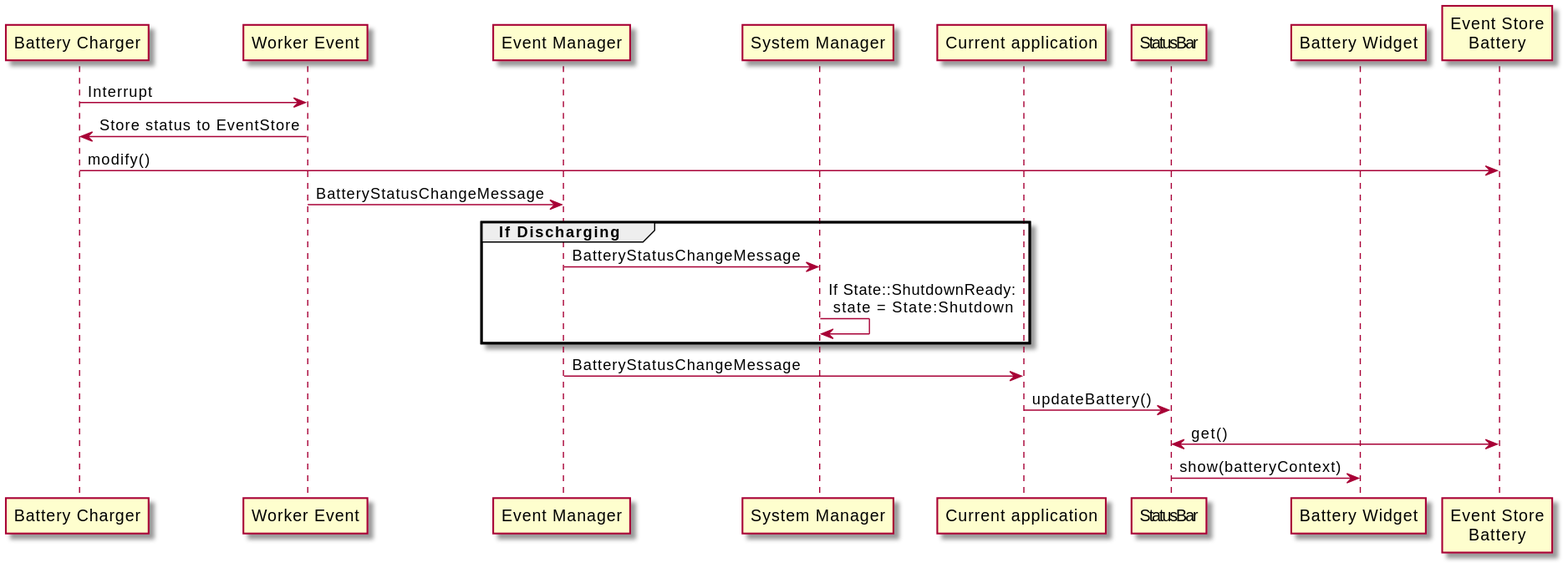
The PlantUML diagram module-services/service-evtmgr/doc/battery_status_notification.svg in mudita/MuditaOS, before a commit.
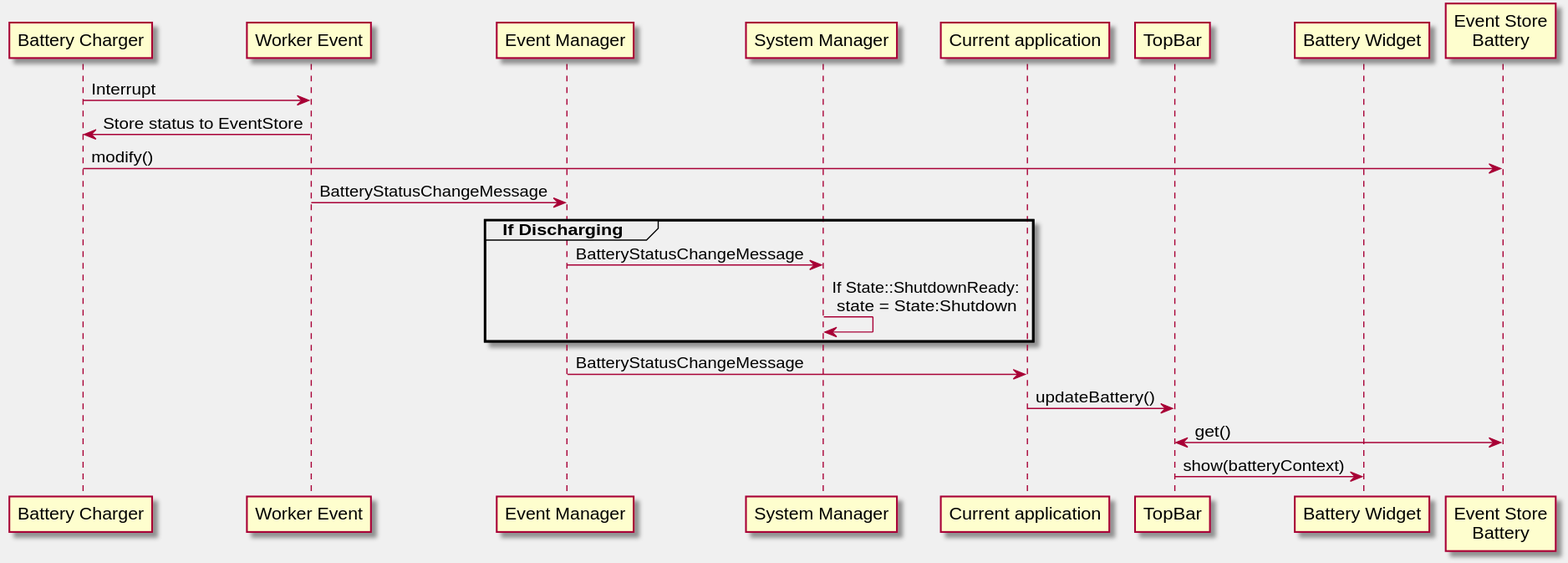
After the change.

Diff of the diagram source:
```diff
@@ -1,10 +1,11 @@
 @startuml
+skinparam BackgroundColor F0F0F0
 participant "Battery Charger" as bc
 participant "Worker Event" as we
 participant "Event Manager" as evm
 participant "System Manager" as sm
 participant "Current application" as ca
-participant "StatusBar" as tb
+participant "TopBar" as tb
 participant "Battery Widget" as bw
 participant "Event Store\nBattery" as es
 
```
